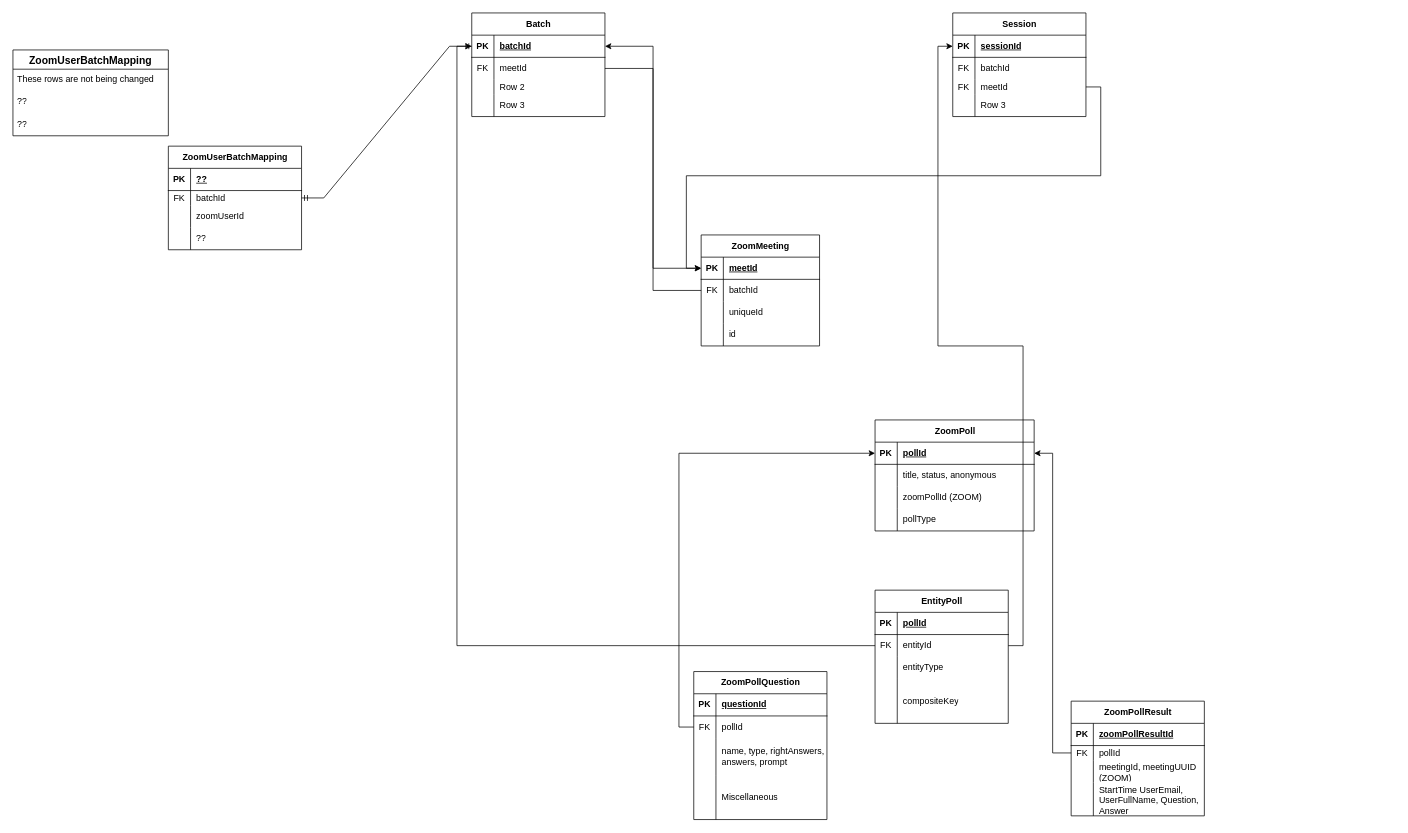
Earlier version of the draw.io diagram iECHOBatchIDMismatch.drawio (wardance-ferret/drawio). Source tidied: cells renumbered, new cells numbered last; positions are measured from the earlier drawing's top-left corner, leaving out a move shared by most shapes. Both pictures are drawn from the tidied source at 74%, with x=0, y=0 at pixel (-298, 13).
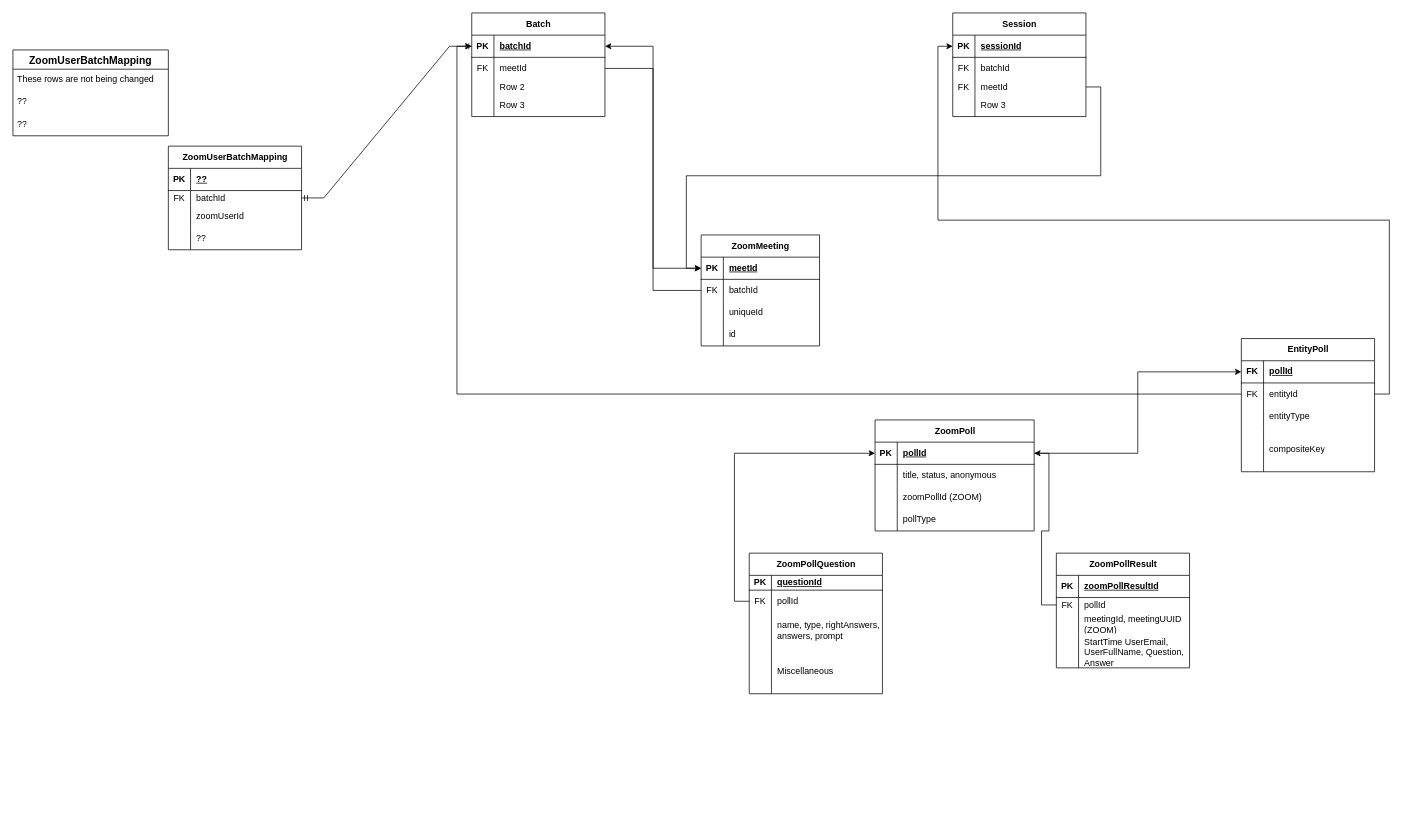
Above is the later version.

The change refers to these unchanged cells:
```xml
<mxCell id="60" style="shape=tableRow;horizontal=0;startSize=0;swimlaneHead=0;swimlaneBody=0;fillColor=none;points=[[0,0.5],[1,0.5]];portConstraint=eastwest;top=0;left=0;right=0;bottom=1;" parent="59" vertex="1">
  <mxGeometry y="30" width="215" height="30" as="geometry" />
</mxCell>
<mxCell id="86" style="shape=tableRow;horizontal=0;startSize=0;swimlaneHead=0;swimlaneBody=0;fillColor=none;points=[[0,0.5],[1,0.5]];portConstraint=eastwest;top=0;left=0;right=0;bottom=1;" parent="85" vertex="1">
  <mxGeometry y="30" width="180" height="30" as="geometry" />
</mxCell>
```

The edit, as a diff of the source:
```diff
@@
     <mxCell id="72" value="ZoomPollQuestion" style="shape=table;startSize=30;childLayout=tableLayout;rowLines=0;fontStyle=1;align=center;html=1;" parent="1" vertex="1">
-      <mxGeometry x="1340" y="890" width="180" height="200" as="geometry" />
+      <mxGeometry x="1415" y="730" width="180" height="190" as="geometry" />
     </mxCell>
     <mxCell id="73" style="shape=tableRow;horizontal=0;startSize=0;swimlaneHead=0;swimlaneBody=0;fillColor=none;top=0;left=0;right=0;bottom=1;" parent="72" vertex="1">
-      <mxGeometry y="30" width="180" height="30" as="geometry" />
+      <mxGeometry y="30" width="180" height="20" as="geometry" />
     </mxCell>
     <mxCell id="74" value="PK" style="shape=partialRectangle;fillColor=none;top=0;left=0;bottom=0;right=0;fontStyle=1;overflow=hidden;whiteSpace=wrap;html=1;" parent="73" vertex="1">
-      <mxGeometry width="30" height="30" as="geometry" />
+      <mxGeometry width="30" height="20" as="geometry" />
     </mxCell>
     <mxCell id="75" value="questionId" style="shape=partialRectangle;fillColor=none;top=0;left=0;bottom=0;right=0;align=left;spacingLeft=6;fontStyle=5;overflow=hidden;whiteSpace=wrap;html=1;" parent="73" vertex="1">
-      <mxGeometry x="30" width="150" height="30" as="geometry" />
+      <mxGeometry x="30" width="150" height="20" as="geometry" />
     </mxCell>
     <mxCell id="76" style="shape=tableRow;horizontal=0;startSize=0;swimlaneHead=0;swimlaneBody=0;fillColor=none;points=[[0,0.5],[1,0.5]];portConstraint=eastwest;top=0;left=0;right=0;bottom=0;" parent="72" vertex="1">
-      <mxGeometry y="60" width="180" height="30" as="geometry" />
+      <mxGeometry y="50" width="180" height="30" as="geometry" />
     </mxCell>
@@
     <mxCell id="79" style="shape=tableRow;horizontal=0;startSize=0;swimlaneHead=0;swimlaneBody=0;fillColor=none;top=0;left=0;right=0;bottom=0;" parent="72" vertex="1">
-      <mxGeometry y="90" width="180" height="50" as="geometry" />
+      <mxGeometry y="80" width="180" height="50" as="geometry" />
     </mxCell>
@@
     <mxCell id="82" style="shape=tableRow;horizontal=0;startSize=0;swimlaneHead=0;swimlaneBody=0;fillColor=none;top=0;left=0;right=0;bottom=0;" parent="72" vertex="1">
-      <mxGeometry y="140" width="180" height="60" as="geometry" />
+      <mxGeometry y="130" width="180" height="60" as="geometry" />
     </mxCell>
@@
     <mxCell id="85" value="EntityPoll" style="shape=table;startSize=30;childLayout=tableLayout;rowLines=0;fontStyle=1;align=center;html=1;" parent="1" vertex="1">
-      <mxGeometry x="1585" y="780" width="180" height="180" as="geometry" />
+      <mxGeometry x="2080" y="440" width="180" height="180" as="geometry" />
     </mxCell>
@@
-    <mxCell id="87" value="PK" style="shape=partialRectangle;fillColor=none;top=0;left=0;bottom=0;right=0;fontStyle=1;overflow=hidden;whiteSpace=wrap;html=1;" parent="86" vertex="1">
+    <mxCell id="87" value="FK" style="shape=partialRectangle;fillColor=none;top=0;left=0;bottom=0;right=0;fontStyle=1;overflow=hidden;whiteSpace=wrap;html=1;" parent="86" vertex="1">
       <mxGeometry width="30" height="30" as="geometry" />
     </mxCell>
@@
     <mxCell id="98" value="ZoomPollResult" style="shape=table;startSize=30;childLayout=tableLayout;rowLines=0;fontStyle=1;align=center;html=1;" parent="1" vertex="1">
-      <mxGeometry x="1850" y="930" width="180" height="155" as="geometry" />
+      <mxGeometry x="1830" y="730" width="180" height="155" as="geometry" />
     </mxCell>
@@
+    <mxCell id="120" style="edgeStyle=orthogonalEdgeStyle;rounded=0;jettySize=auto;html=1;exitX=1;exitY=0.5;exitDx=0;exitDy=0;entryX=0;entryY=0.5;entryDx=0;entryDy=0;" parent="1" edge="1" source="60" target="86">
+      <mxGeometry relative="1" as="geometry" />
+    </mxCell>
```
